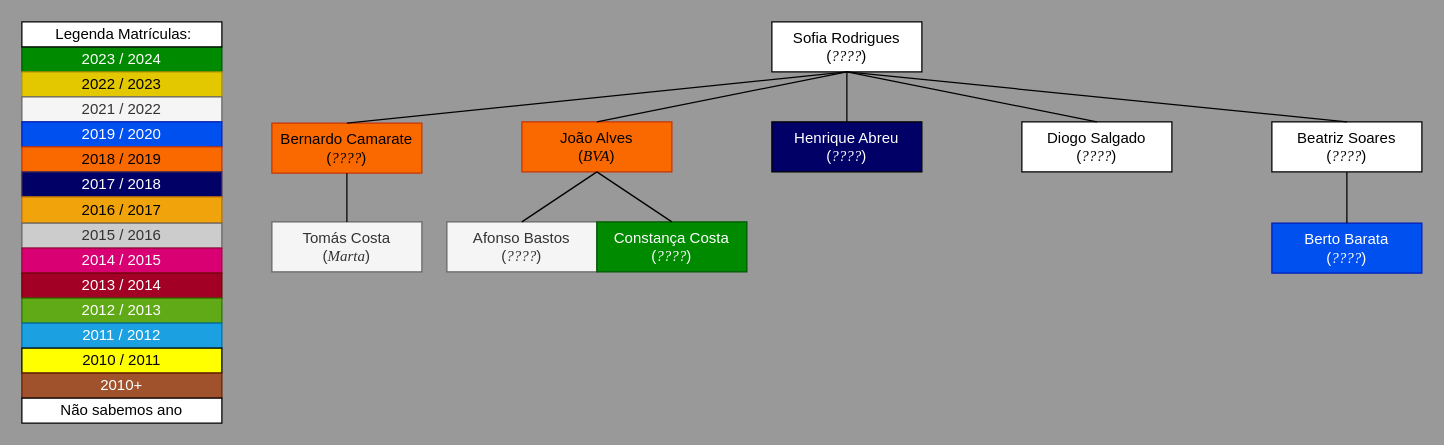
Above: Draw.io/Familia_da_Sofia_Rodrigues.drawio in pdmtmr/PDMTMRTESTLOCATION-AKA-ARBUSTO (draw.io), before the change. Source tidied: cells renumbered, new cells numbered last; positions are measured from the earlier drawing's top-left corner, leaving out a move shared by most shapes. Both pictures are drawn from the tidied source at 125%, with x=0, y=0 at pixel (21, 21).
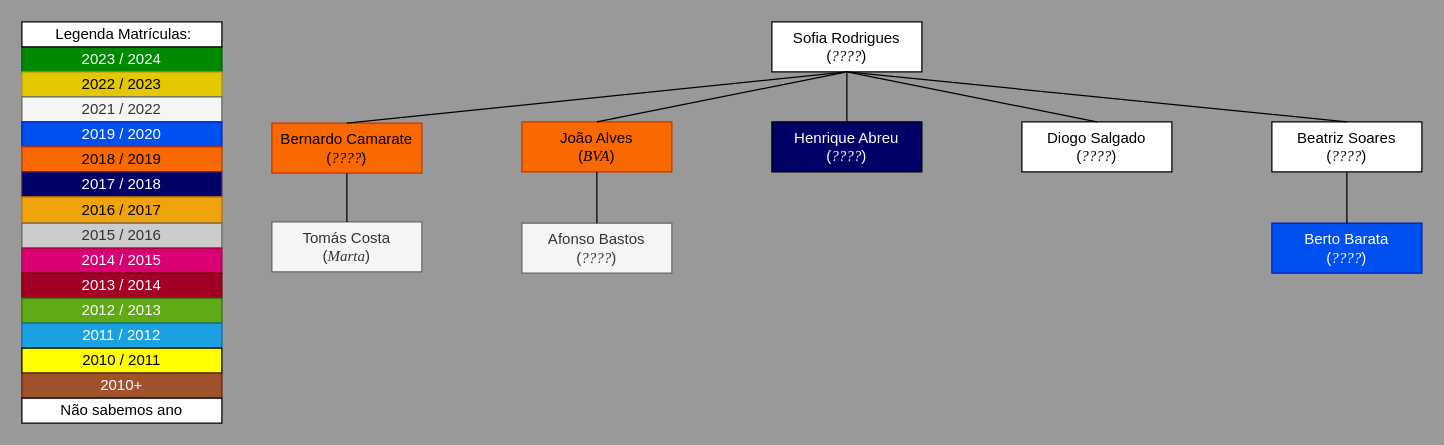
The same diagram, later.

The change refers to these unchanged cells:
```xml
<mxCell id="19" value="&lt;div&gt;&lt;span style=&quot;background-color: initial;&quot;&gt;João Alves&lt;/span&gt;&lt;/div&gt;&lt;div&gt;&lt;span style=&quot;background-color: initial;&quot;&gt;(&lt;font face=&quot;Times New Roman&quot;&gt;&lt;i&gt;BVA&lt;/i&gt;&lt;/font&gt;&lt;/span&gt;&lt;span style=&quot;background-color: initial;&quot;&gt;)&lt;/span&gt;&lt;/div&gt;" style="rounded=0;whiteSpace=wrap;html=1;fillColor=#fa6800;fontColor=#000000;strokeColor=#C73500;" parent="1" vertex="1">
  <mxGeometry x="400" y="80" width="120" height="40" as="geometry" />
</mxCell>
```

Change to the diagram source:
```diff
@@
     <mxCell id="20" value="&lt;div&gt;&lt;span style=&quot;background-color: initial;&quot;&gt;Afonso Bastos&lt;/span&gt;&lt;/div&gt;&lt;div&gt;&lt;span style=&quot;background-color: initial;&quot;&gt;(&lt;/span&gt;&lt;i style=&quot;background-color: initial;&quot;&gt;&lt;font face=&quot;Times New Roman&quot;&gt;????&lt;/font&gt;&lt;/i&gt;&lt;span style=&quot;background-color: initial;&quot;&gt;)&lt;/span&gt;&lt;/div&gt;" style="rounded=0;whiteSpace=wrap;html=1;fillColor=#f5f5f5;fontColor=#333333;strokeColor=#666666;" parent="1" vertex="1">
-      <mxGeometry x="340" y="160" width="120" height="40" as="geometry" />
+      <mxGeometry x="400" y="161" width="120" height="40" as="geometry" />
     </mxCell>
-    <mxCell id="21" value="&lt;div&gt;&lt;span style=&quot;background-color: initial;&quot;&gt;Constança Costa&lt;/span&gt;&lt;/div&gt;&lt;div&gt;&lt;span style=&quot;background-color: initial;&quot;&gt;(&lt;/span&gt;&lt;i style=&quot;background-color: initial;&quot;&gt;&lt;font face=&quot;Times New Roman&quot;&gt;????&lt;/font&gt;&lt;/i&gt;&lt;span style=&quot;background-color: initial;&quot;&gt;)&lt;/span&gt;&lt;/div&gt;" style="rounded=0;whiteSpace=wrap;html=1;fillColor=#008a00;fontColor=#ffffff;strokeColor=#005700;" parent="1" vertex="1">
-      <mxGeometry x="460" y="160" width="120" height="40" as="geometry" />
-    </mxCell>
@@
-    <mxCell id="23" style="endArrow=none;html=1;exitX=0.5;exitY=0;exitDx=0;exitDy=0;entryX=0.5;entryY=1;entryDx=0;entryDy=0;" parent="1" edge="1" source="21" target="19">
-      <mxGeometry relative="1" as="geometry" />
-    </mxCell>
```
